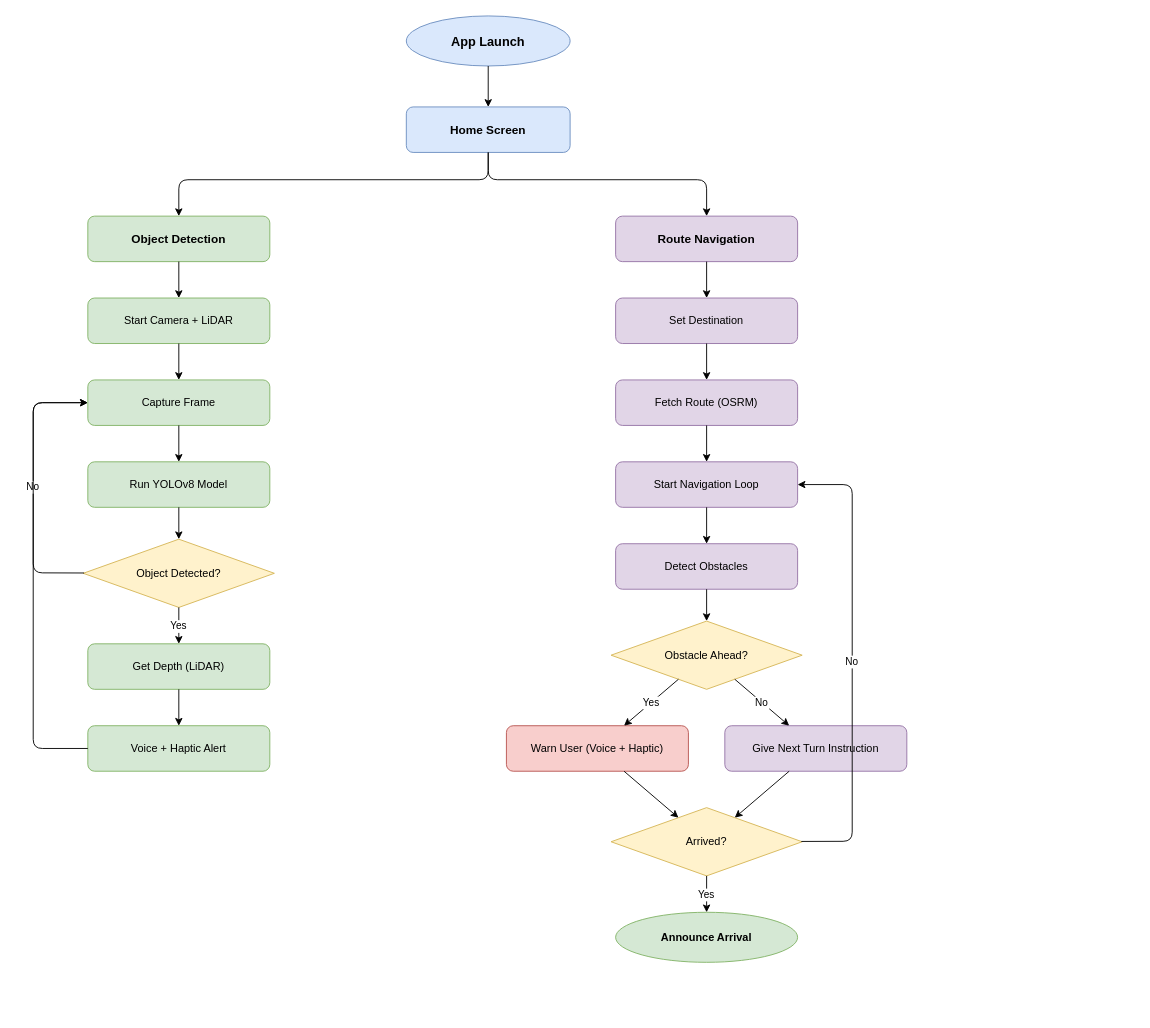
Before: FLOWCHART.drawio in Nirdesh12/VisionNav, a draw.io diagram. Source tidied: cells renumbered, new cells numbered last; positions are measured from the earlier drawing's top-left corner, leaving out a move shared by most shapes. Both pictures are drawn from the tidied source at 91%, with x=0, y=0 at pixel (33, 15).
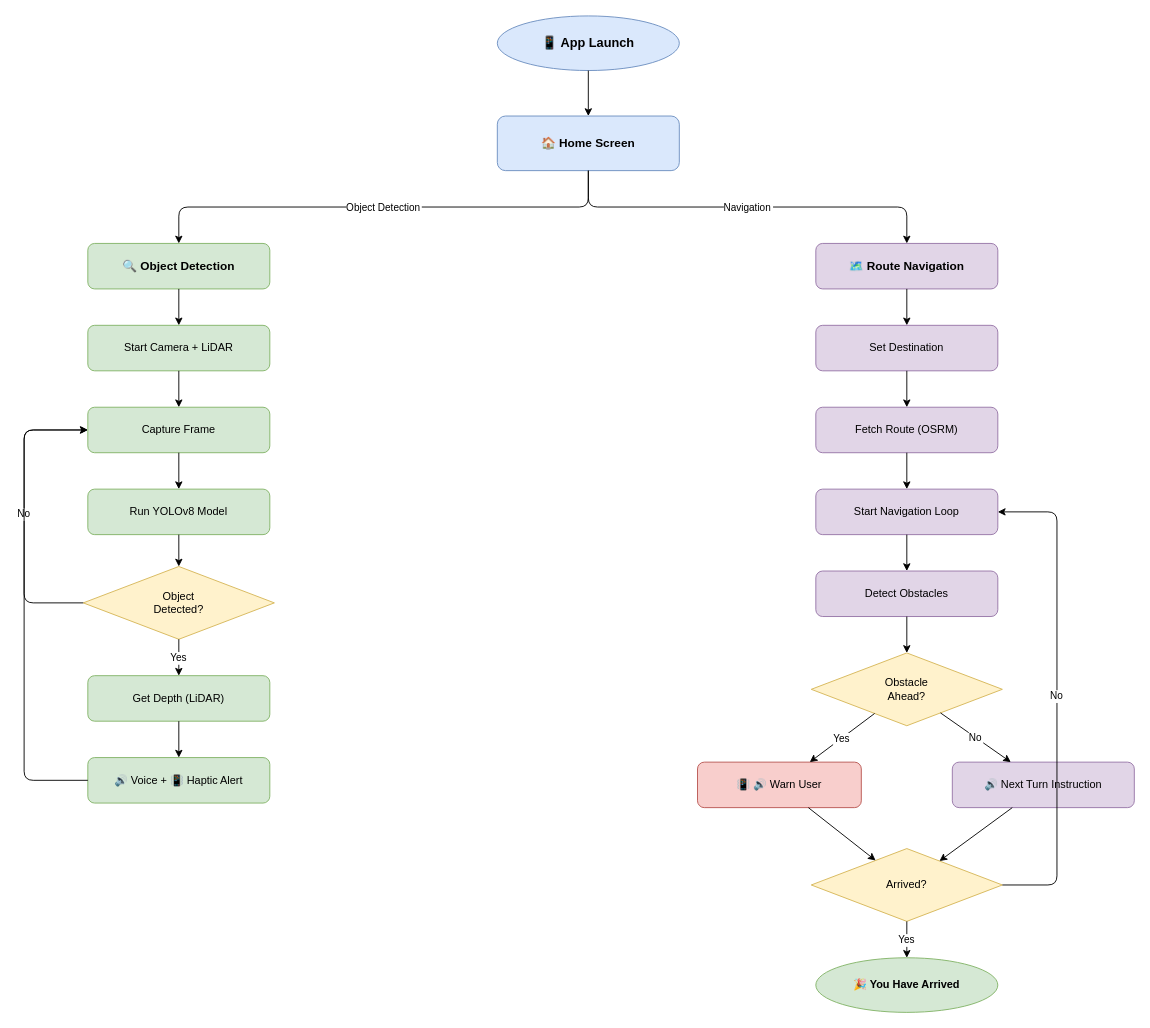
Above is the later version.

Commit message:
Restore emoji style to simplified FLOWCHART.drawio

Agent-Logs-Url: https://github.com/Nirdesh12/VisionNav/sessions/d05ae35e-30ed-4bc6-b35b-3ffea94dce33

What changed in the source:
```diff
@@
-    <mxCell id="2" value="App Launch" style="ellipse;whiteSpace=wrap;html=1;fillColor=#dae8fc;strokeColor=#6c8ebf;fontSize=14;fontStyle=1;" parent="1" vertex="1">
-      <mxGeometry x="410" width="180" height="55" as="geometry" />
+    <mxCell id="2" value="📱 App Launch" style="ellipse;whiteSpace=wrap;html=1;fillColor=#dae8fc;strokeColor=#6c8ebf;fontSize=14;fontStyle=1;" parent="1" vertex="1">
+      <mxGeometry x="510" width="200" height="60" as="geometry" />
     </mxCell>
-    <mxCell id="3" value="Home Screen" style="rounded=1;whiteSpace=wrap;html=1;fillColor=#dae8fc;strokeColor=#6c8ebf;fontSize=13;fontStyle=1;" parent="1" vertex="1">
-      <mxGeometry x="410" y="100" width="180" height="50" as="geometry" />
+    <mxCell id="3" value="🏠 Home Screen" style="rounded=1;whiteSpace=wrap;html=1;fillColor=#dae8fc;strokeColor=#6c8ebf;fontSize=13;fontStyle=1;" parent="1" vertex="1">
+      <mxGeometry x="510" y="110" width="200" height="60" as="geometry" />
     </mxCell>
-    <mxCell id="4" value="Object Detection" style="rounded=1;whiteSpace=wrap;html=1;fillColor=#d5e8d4;strokeColor=#82b366;fontSize=13;fontStyle=1;" parent="1" vertex="1">
-      <mxGeometry x="60" y="220" width="200" height="50" as="geometry" />
+    <mxCell id="4" value="🔍 Object Detection" style="rounded=1;whiteSpace=wrap;html=1;fillColor=#d5e8d4;strokeColor=#82b366;fontSize=13;fontStyle=1;" parent="1" vertex="1">
+      <mxGeometry x="60" y="250" width="200" height="50" as="geometry" />
     </mxCell>
     <mxCell id="5" value="Start Camera + LiDAR" style="rounded=1;whiteSpace=wrap;html=1;fillColor=#d5e8d4;strokeColor=#82b366;" parent="1" vertex="1">
-      <mxGeometry x="60" y="310" width="200" height="50" as="geometry" />
+      <mxGeometry x="60" y="340" width="200" height="50" as="geometry" />
     </mxCell>
     <mxCell id="6" value="Capture Frame" style="rounded=1;whiteSpace=wrap;html=1;fillColor=#d5e8d4;strokeColor=#82b366;" parent="1" vertex="1">
-      <mxGeometry x="60" y="400" width="200" height="50" as="geometry" />
+      <mxGeometry x="60" y="430" width="200" height="50" as="geometry" />
     </mxCell>
     <mxCell id="7" value="Run YOLOv8 Model" style="rounded=1;whiteSpace=wrap;html=1;fillColor=#d5e8d4;strokeColor=#82b366;" parent="1" vertex="1">
-      <mxGeometry x="60" y="490" width="200" height="50" as="geometry" />
+      <mxGeometry x="60" y="520" width="200" height="50" as="geometry" />
     </mxCell>
-    <mxCell id="8" value="Object Detected?" style="rhombus;whiteSpace=wrap;html=1;fillColor=#fff2cc;strokeColor=#d6b656;" parent="1" vertex="1">
-      <mxGeometry x="55" y="575" width="210" height="75" as="geometry" />
+    <mxCell id="8" value="Object&#10;Detected?" style="rhombus;whiteSpace=wrap;html=1;fillColor=#fff2cc;strokeColor=#d6b656;" parent="1" vertex="1">
+      <mxGeometry x="55" y="605" width="210" height="80" as="geometry" />
     </mxCell>
     <mxCell id="9" value="Get Depth (LiDAR)" style="rounded=1;whiteSpace=wrap;html=1;fillColor=#d5e8d4;strokeColor=#82b366;" parent="1" vertex="1">
-      <mxGeometry x="60" y="690" width="200" height="50" as="geometry" />
+      <mxGeometry x="60" y="725" width="200" height="50" as="geometry" />
     </mxCell>
-    <mxCell id="10" value="Voice + Haptic Alert" style="rounded=1;whiteSpace=wrap;html=1;fillColor=#d5e8d4;strokeColor=#82b366;" parent="1" vertex="1">
-      <mxGeometry x="60" y="780" width="200" height="50" as="geometry" />
+    <mxCell id="10" value="🔊 Voice + 📳 Haptic Alert" style="rounded=1;whiteSpace=wrap;html=1;fillColor=#d5e8d4;strokeColor=#82b366;" parent="1" vertex="1">
+      <mxGeometry x="60" y="815" width="200" height="50" as="geometry" />
     </mxCell>
-    <mxCell id="11" value="Route Navigation" style="rounded=1;whiteSpace=wrap;html=1;fillColor=#e1d5e7;strokeColor=#9673a6;fontSize=13;fontStyle=1;" parent="1" vertex="1">
-      <mxGeometry x="640" y="220" width="200" height="50" as="geometry" />
+    <mxCell id="11" value="🗺️ Route Navigation" style="rounded=1;whiteSpace=wrap;html=1;fillColor=#e1d5e7;strokeColor=#9673a6;fontSize=13;fontStyle=1;" parent="1" vertex="1">
+      <mxGeometry x="860" y="250" width="200" height="50" as="geometry" />
     </mxCell>
     <mxCell id="12" value="Set Destination" style="rounded=1;whiteSpace=wrap;html=1;fillColor=#e1d5e7;strokeColor=#9673a6;" parent="1" vertex="1">
-      <mxGeometry x="640" y="310" width="200" height="50" as="geometry" />
+      <mxGeometry x="860" y="340" width="200" height="50" as="geometry" />
     </mxCell>
     <mxCell id="13" value="Fetch Route (OSRM)" style="rounded=1;whiteSpace=wrap;html=1;fillColor=#e1d5e7;strokeColor=#9673a6;" parent="1" vertex="1">
-      <mxGeometry x="640" y="400" width="200" height="50" as="geometry" />
+      <mxGeometry x="860" y="430" width="200" height="50" as="geometry" />
     </mxCell>
     <mxCell id="14" value="Start Navigation Loop" style="rounded=1;whiteSpace=wrap;html=1;fillColor=#e1d5e7;strokeColor=#9673a6;" parent="1" vertex="1">
-      <mxGeometry x="640" y="490" width="200" height="50" as="geometry" />
+      <mxGeometry x="860" y="520" width="200" height="50" as="geometry" />
     </mxCell>
     <mxCell id="15" value="Detect Obstacles" style="rounded=1;whiteSpace=wrap;html=1;fillColor=#e1d5e7;strokeColor=#9673a6;" parent="1" vertex="1">
-      <mxGeometry x="640" y="580" width="200" height="50" as="geometry" />
+      <mxGeometry x="860" y="610" width="200" height="50" as="geometry" />
     </mxCell>
-    <mxCell id="16" value="Obstacle Ahead?" style="rhombus;whiteSpace=wrap;html=1;fillColor=#fff2cc;strokeColor=#d6b656;" parent="1" vertex="1">
-      <mxGeometry x="635" y="665" width="210" height="75" as="geometry" />
+    <mxCell id="16" value="Obstacle&#10;Ahead?" style="rhombus;whiteSpace=wrap;html=1;fillColor=#fff2cc;strokeColor=#d6b656;" parent="1" vertex="1">
+      <mxGeometry x="855" y="700" width="210" height="80" as="geometry" />
     </mxCell>
-    <mxCell id="17" value="Warn User (Voice + Haptic)" style="rounded=1;whiteSpace=wrap;html=1;fillColor=#f8cecc;strokeColor=#b85450;" parent="1" vertex="1">
-      <mxGeometry x="520" y="780" width="200" height="50" as="geometry" />
+    <mxCell id="17" value="📳 🔊 Warn User" style="rounded=1;whiteSpace=wrap;html=1;fillColor=#f8cecc;strokeColor=#b85450;" parent="1" vertex="1">
+      <mxGeometry x="730" y="820" width="180" height="50" as="geometry" />
     </mxCell>
-    <mxCell id="18" value="Give Next Turn Instruction" style="rounded=1;whiteSpace=wrap;html=1;fillColor=#e1d5e7;strokeColor=#9673a6;" parent="1" vertex="1">
-      <mxGeometry x="760" y="780" width="200" height="50" as="geometry" />
+    <mxCell id="18" value="🔊 Next Turn Instruction" style="rounded=1;whiteSpace=wrap;html=1;fillColor=#e1d5e7;strokeColor=#9673a6;" parent="1" vertex="1">
+      <mxGeometry x="1010" y="820" width="200" height="50" as="geometry" />
     </mxCell>
     <mxCell id="19" value="Arrived?" style="rhombus;whiteSpace=wrap;html=1;fillColor=#fff2cc;strokeColor=#d6b656;" parent="1" vertex="1">
-      <mxGeometry x="635" y="870" width="210" height="75" as="geometry" />
+      <mxGeometry x="855" y="915" width="210" height="80" as="geometry" />
     </mxCell>
-    <mxCell id="20" value="Announce Arrival" style="ellipse;whiteSpace=wrap;html=1;fillColor=#d5e8d4;strokeColor=#82b366;fontStyle=1;" parent="1" vertex="1">
-      <mxGeometry x="640" y="985" width="200" height="55" as="geometry" />
+    <mxCell id="20" value="🎉 You Have Arrived" style="ellipse;whiteSpace=wrap;html=1;fillColor=#d5e8d4;strokeColor=#82b366;fontStyle=1;" parent="1" vertex="1">
+      <mxGeometry x="860" y="1035" width="200" height="60" as="geometry" />
     </mxCell>
@@
-    <mxCell id="22" parent="1" edge="1" source="3" target="4">
+    <mxCell id="22" value="Object Detection" parent="1" edge="1" source="3" target="4">
       <mxGeometry relative="1" as="geometry">
         <Array as="points">
-          <mxPoint x="500" y="180" />
-          <mxPoint x="160" y="180" />
+          <mxPoint x="610" y="210" />
+          <mxPoint x="160" y="210" />
         </Array>
       </mxGeometry>
     </mxCell>
-    <mxCell id="23" parent="1" edge="1" source="3" target="11">
+    <mxCell id="23" value="Navigation" parent="1" edge="1" source="3" target="11">
       <mxGeometry relative="1" as="geometry">
         <Array as="points">
-          <mxPoint x="500" y="180" />
-          <mxPoint x="740" y="180" />
+          <mxPoint x="610" y="210" />
+          <mxPoint x="960" y="210" />
         </Array>
       </mxGeometry>
     </mxCell>
@@
     <mxCell id="28" value="No" parent="1" edge="1" source="8" target="6">
       <mxGeometry relative="1" as="geometry">
         <Array as="points">
-          <mxPoint y="612" />
-          <mxPoint y="425" />
+          <mxPoint x="-10" y="645" />
+          <mxPoint x="-10" y="455" />
         </Array>
       </mxGeometry>
     </mxCell>
@@
     <mxCell id="31" parent="1" edge="1" source="10" target="6">
       <mxGeometry relative="1" as="geometry">
         <Array as="points">
-          <mxPoint y="805" />
-          <mxPoint y="425" />
+          <mxPoint x="-10" y="840" />
+          <mxPoint x="-10" y="455" />
         </Array>
       </mxGeometry>
     </mxCell>
@@
     <mxCell id="42" value="No" parent="1" edge="1" source="19" target="14">
       <mxGeometry relative="1" as="geometry">
         <Array as="points">
-          <mxPoint x="900" y="907" />
-          <mxPoint x="900" y="515" />
+          <mxPoint x="1125" y="955" />
+          <mxPoint x="1125" y="545" />
         </Array>
       </mxGeometry>
     </mxCell>
```
